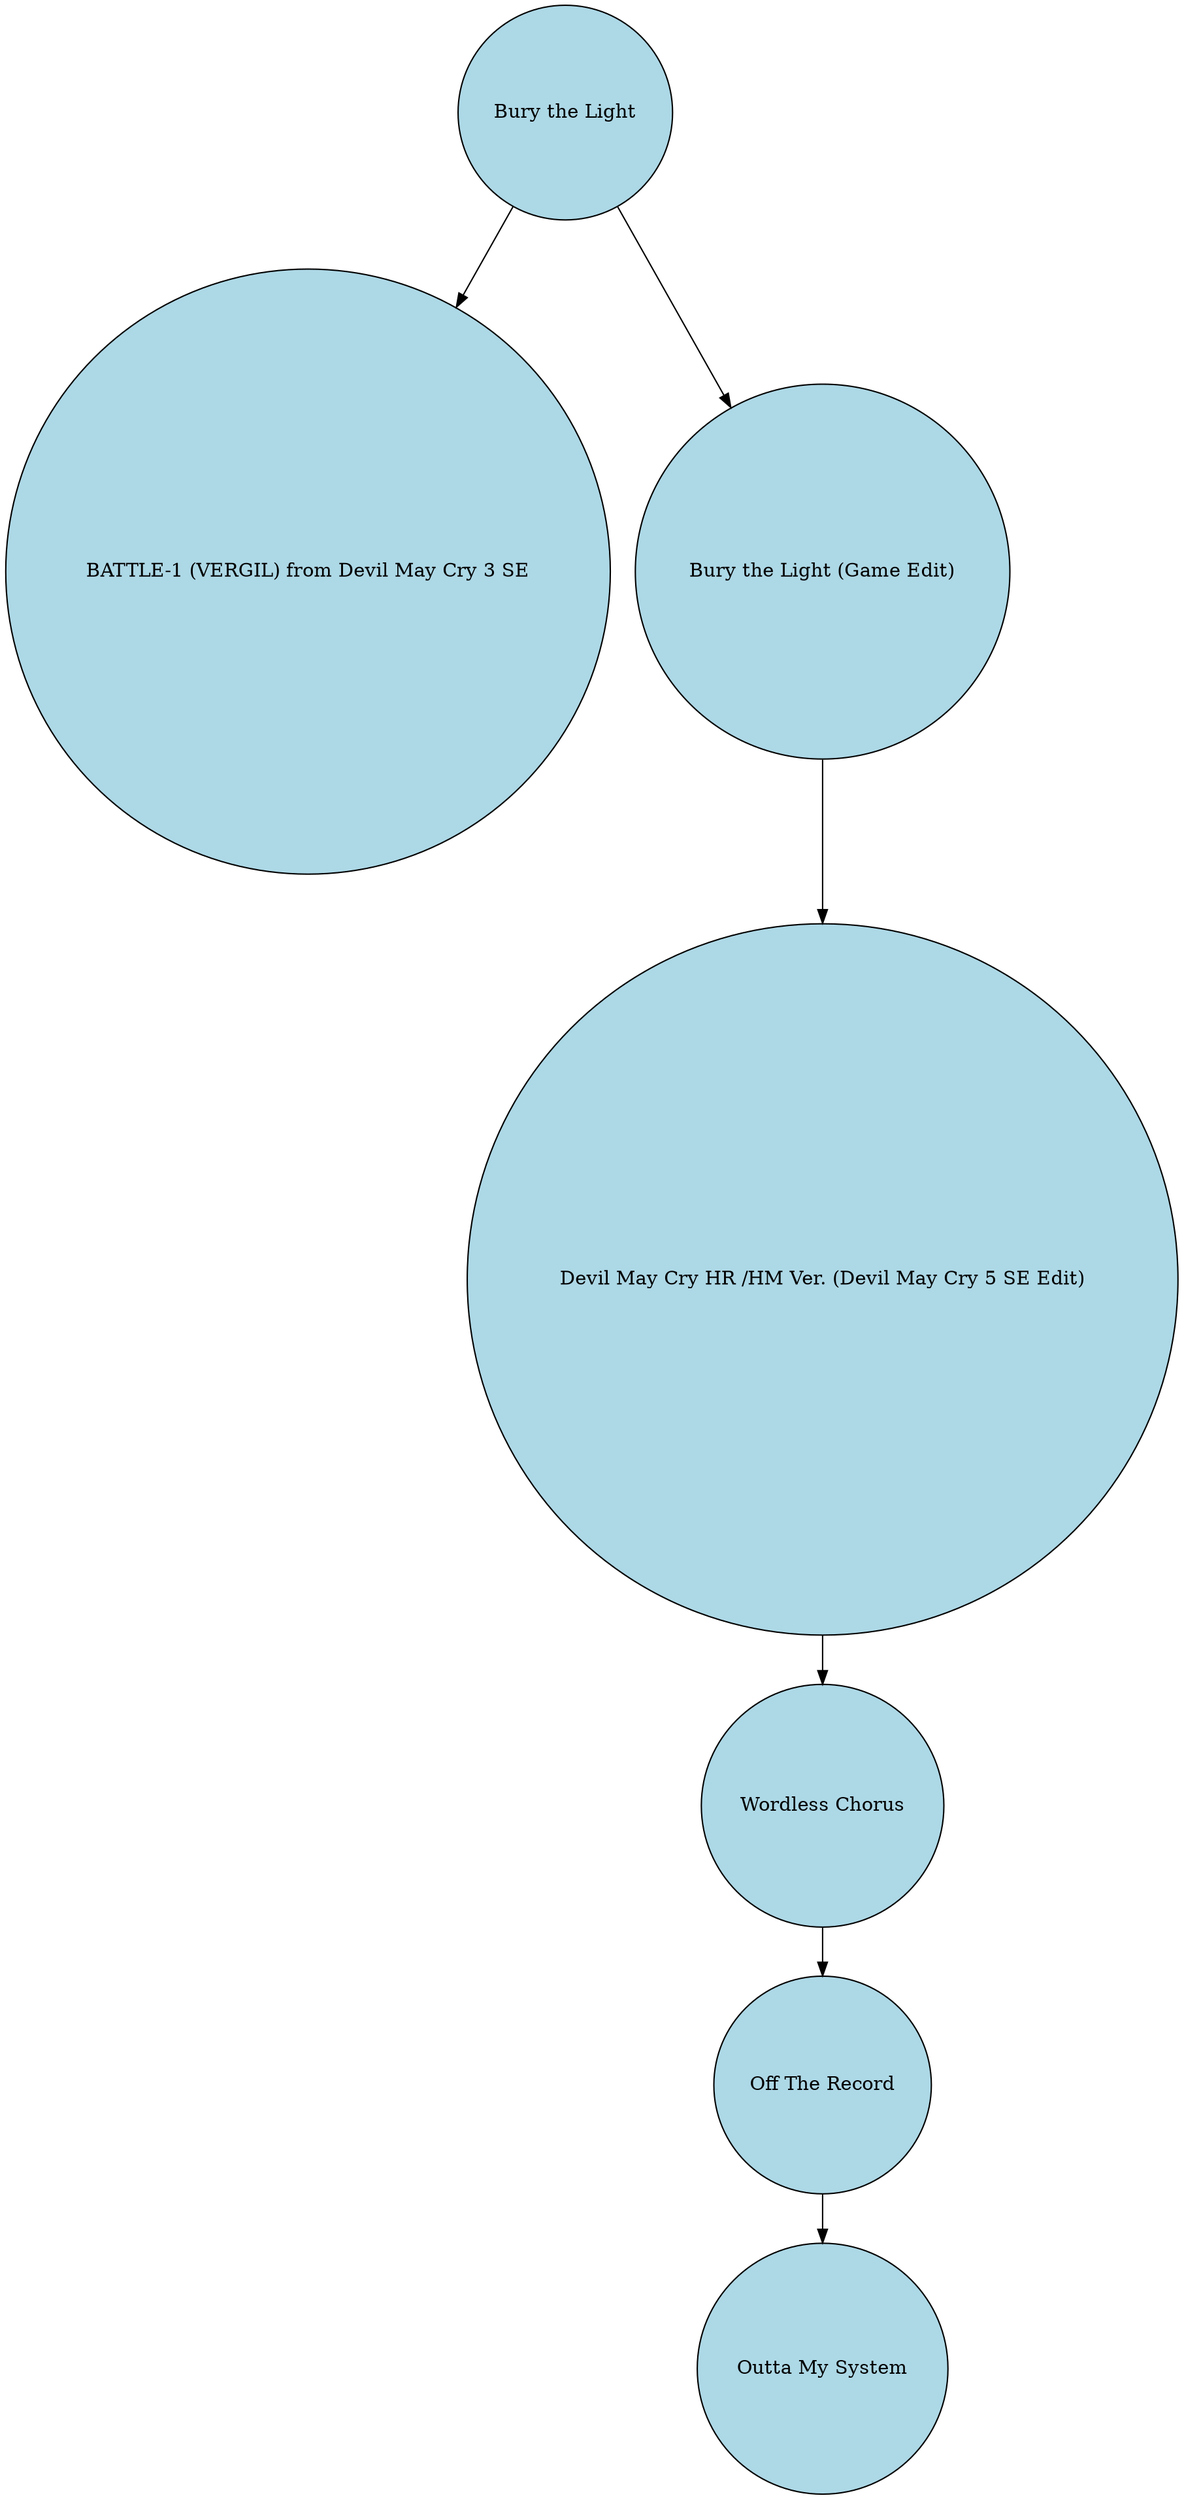
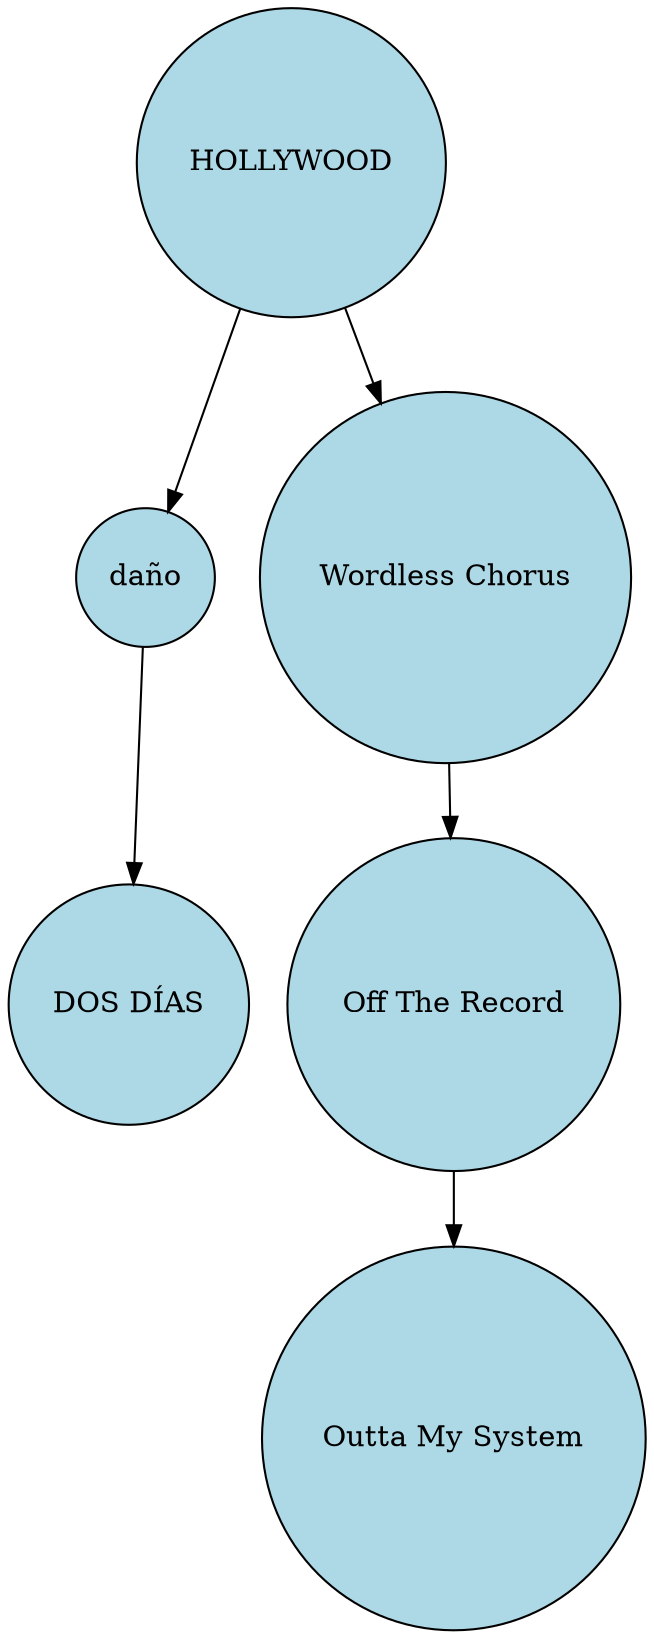
digraph ABB {
node [shape=circle, style=filled, fillcolor=lightblue];
- "Bury the Light" -> "BATTLE-1 (VERGIL) from Devil May Cry 3 SE";
- "BATTLE-1 (VERGIL) from Devil May Cry 3 SE";
- "Bury the Light" -> "Bury the Light (Game Edit)";
- "Bury the Light (Game Edit)" -> "Devil May Cry HR /HM Ver. (Devil May Cry 5 SE Edit)";
- "Devil May Cry HR /HM Ver. (Devil May Cry 5 SE Edit)" -> "Wordless Chorus";
+ "HOLLYWOOD" -> "daño";
+ "daño" -> "DOS DÍAS";
+ "DOS DÍAS";
+ "HOLLYWOOD" -> "Wordless Chorus";
"Wordless Chorus" -> "Off The Record";
"Off The Record" -> "Outta My System";
"Outta My System";
}
